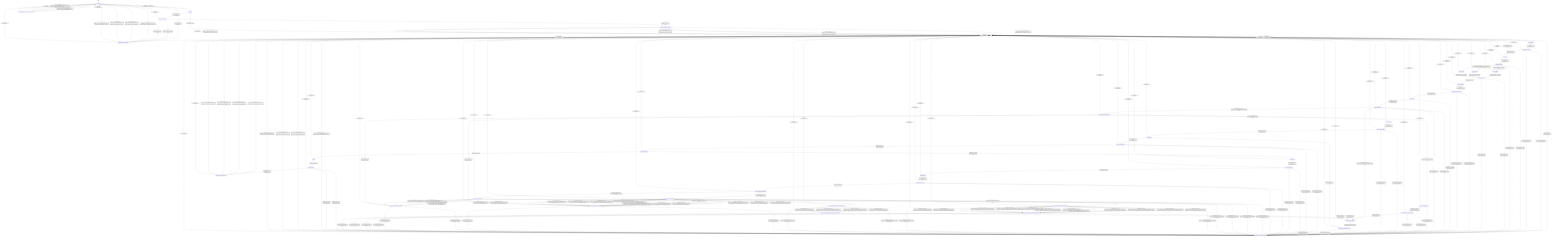
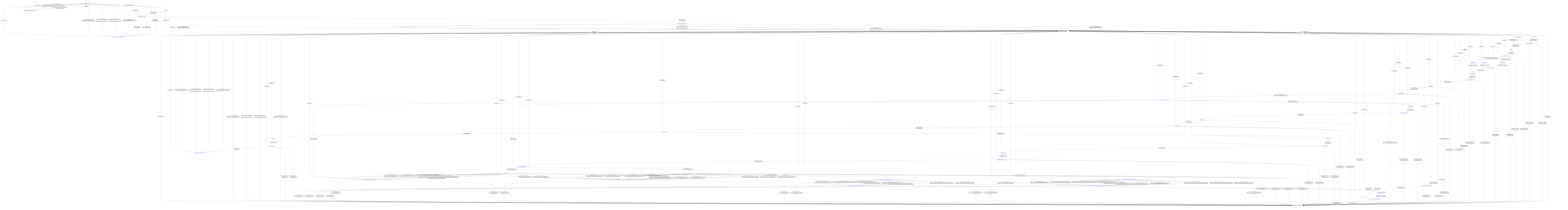
stateDiagram-v2
  direction TB
  [*] --> uninitialized
  uninitialized --> initializing : initialize_run [valid_initialize_] / none
  uninitialized --> initialize_error_channel_decision : initialize_run [invalid_initialize_] / reject_initialize_
  ready --> initializing : initialize_run [valid_initialize_] / none
  ready --> initialize_error_channel_decision : initialize_run [invalid_initialize_] / reject_initialize_
  initializing --> initializer_result_decision : completion_initialize_run_ [always] / request_initializer_
  initializer_result_decision --> initialize_done_channel_decision : completion_initialize_run_ [initialize_result_none_] / none
  initializer_result_decision --> initialize_error_channel_decision : completion_initialize_run_ [initialize_result_invalid_request_] / none
  initializer_result_decision --> initialize_error_channel_decision : completion_initialize_run_ [initialize_result_backend_] / none
  initialize_done_channel_decision --> ready : completion_initialize_run_ [initialize_done_callback_with_error_out_] / dispatch_initialize_done_with_callback_and_error_out_
  initialize_done_channel_decision --> ready : completion_initialize_run_ [initialize_done_callback_without_error_out_] / dispatch_initialize_done_with_callback_only_
  initialize_done_channel_decision --> ready : completion_initialize_run_ [initialize_no_done_callback_with_error_out_] / dispatch_initialize_done_with_error_out_only_
  initialize_done_channel_decision --> ready : completion_initialize_run_ [initialize_no_done_callback_without_error_out_] / dispatch_initialize_done_without_channels_
  initialize_error_channel_decision --> uninitialized : completion_initialize_run_ [initialize_error_callback_with_error_out_] / dispatch_initialize_error_with_callback_and_error_out_
  initialize_error_channel_decision --> uninitialized : completion_initialize_run_ [initialize_error_callback_without_error_out_] / dispatch_initialize_error_with_callback_only_
  initialize_error_channel_decision --> uninitialized : completion_initialize_run_ [initialize_no_error_callback_with_error_out_] / dispatch_initialize_error_with_error_out_only_
  initialize_error_channel_decision --> uninitialized : completion_initialize_run_ [initialize_no_error_callback_without_error_out_] / dispatch_initialize_error_without_channels_
  uninitialized --> generate_uninitialized_error_channel_decision : generate_run [always] / reject_uninitialized_generate_
  ready --> reset_sequence : generate_run [valid_generate_with_reset_] / begin_generate_
  ready --> conditioning : generate_run [valid_generate_without_reset_] / begin_generate_
  ready --> generate_ready_error_channel_decision : generate_run [invalid_generate_] / reject_invalid_generate_
  reset_sequence --> reset_sequence_decision : completion_generate_run_ [always] / request_reset_sequence_
  reset_sequence_decision --> conditioning : completion_generate_run_ [reset_sequence_ok_] / mark_sequence_clear_
  reset_sequence_decision --> generate_ready_error_channel_decision : completion_generate_run_ [reset_sequence_invalid_request_] / mark_invalid_request_
  reset_sequence_decision --> generate_ready_error_channel_decision : completion_generate_run_ [reset_sequence_backend_error_] / mark_backend_error_
  conditioning --> conditioning_decision : completion_generate_run_ [always] / request_conditioning_
  conditioning_decision --> planning_chunk8 : completion_generate_run_ [conditioning_ok_with_chunk8_prefill_] / none
  conditioning_decision --> planning_chunk4 : completion_generate_run_ [conditioning_ok_with_chunk4_prefill_] / none
  conditioning_decision --> planning_scalar : completion_generate_run_ [conditioning_ok_with_scalar_prefill_] / none
  conditioning_decision --> generate_ready_error_channel_decision : completion_generate_run_ [conditioning_invalid_request_] / mark_invalid_request_
  conditioning_decision --> generate_ready_error_channel_decision : completion_generate_run_ [conditioning_backend_error_] / mark_backend_error_
  planning_chunk8 --> planning_decision : completion_generate_run_ [always] / request_planning_with_step_size_8__
  planning_chunk4 --> planning_decision : completion_generate_run_ [always] / request_planning_with_step_size_4__
  planning_scalar --> planning_decision : completion_generate_run_ [always] / request_planning_with_step_size_1__
  planning_decision --> sequence_allocating : completion_generate_run_ [planning_ok_] / none
  planning_decision --> generate_ready_error_channel_decision : completion_generate_run_ [planning_invalid_request_] / mark_invalid_request_
  planning_decision --> generate_ready_error_channel_decision : completion_generate_run_ [planning_backend_error_] / mark_backend_error_
  sequence_allocating --> sequence_allocating_decision : completion_generate_run_ [always] / request_allocate_sequence_
  sequence_allocating_decision --> prefill_running : completion_generate_run_ [allocate_sequence_ok_] / mark_sequence_live_
  sequence_allocating_decision --> generate_ready_error_channel_decision : completion_generate_run_ [allocate_sequence_invalid_request_] / mark_invalid_request_
  sequence_allocating_decision --> generate_ready_error_channel_decision : completion_generate_run_ [allocate_sequence_backend_error_] / mark_backend_error_
  prefill_running --> prefill_result_decision : completion_generate_run_ [prefill_dispatch_available_] / request_prefill_
  prefill_running --> generate_ready_error_channel_decision : completion_generate_run_ [prefill_dispatch_unavailable_] / mark_backend_error_
  prefill_result_decision --> decode_selection_mode_decision : completion_generate_run_ [prefill_result_ok_with_materialized_logits_contract_] / none
  prefill_result_decision --> decode_sample_preselected : completion_generate_run_ [prefill_result_ok_with_preselected_argmax_contract_] / none
  prefill_result_decision --> generate_ready_error_channel_decision : completion_generate_run_ [prefill_result_invalid_request_] / none
  prefill_result_decision --> generate_ready_error_channel_decision : completion_generate_run_ [prefill_result_backend_error_] / none
  decode_selection_mode_decision --> decode_sample : completion_generate_run_ [decode_uses_materialized_logits_] / none
  decode_selection_mode_decision --> decode_preselected_argmax : completion_generate_run_ [decode_uses_preselected_argmax_] / none
  decode_sample --> decode_sample_decision : completion_generate_run_ [always] / request_decode_sample_
  decode_preselected_argmax --> decode_preselected_argmax_decision : completion_generate_run_ [decode_argmax_ready_] / request_decode_select_argmax_
  decode_preselected_argmax --> generate_ready_error_channel_decision : completion_generate_run_ [decode_argmax_invalid_request_] / mark_invalid_request_
  decode_preselected_argmax_decision --> decode_sample_preselected : completion_generate_run_ [decode_sample_ok_] / none
  decode_preselected_argmax_decision --> generate_ready_error_channel_decision : completion_generate_run_ [decode_sample_invalid_request_] / mark_invalid_request_
  decode_preselected_argmax_decision --> generate_ready_error_channel_decision : completion_generate_run_ [decode_sample_backend_error_] / mark_backend_error_
  decode_sample_preselected --> decode_sample_preselected_decision : completion_generate_run_ [always] / request_decode_sample_preselected_
  decode_sample_decision --> decode_render : completion_generate_run_ [decode_sample_ok_] / none
  decode_sample_preselected_decision --> decode_render : completion_generate_run_ [decode_sample_ok_] / none
  decode_sample_decision --> generate_ready_error_channel_decision : completion_generate_run_ [decode_sample_invalid_request_] / mark_invalid_request_
  decode_sample_decision --> generate_ready_error_channel_decision : completion_generate_run_ [decode_sample_backend_error_] / mark_backend_error_
  decode_sample_preselected_decision --> generate_ready_error_channel_decision : completion_generate_run_ [decode_sample_invalid_request_] / mark_invalid_request_
  decode_sample_preselected_decision --> generate_ready_error_channel_decision : completion_generate_run_ [decode_sample_backend_error_] / mark_backend_error_
  decode_render --> decode_render_decision : completion_generate_run_ [always] / request_decode_render_
  decode_render_decision --> decode_loop_decision : completion_generate_run_ [decode_render_ok_] / commit_render_output_
  decode_render_decision --> generate_ready_error_channel_decision : completion_generate_run_ [decode_render_invalid_request_] / mark_invalid_request_
  decode_render_decision --> generate_ready_error_channel_decision : completion_generate_run_ [decode_render_backend_error_] / mark_backend_error_
  decode_loop_decision --> decode_slots : completion_generate_run_ [decode_should_continue_] / none
  decode_loop_decision --> flushing : completion_generate_run_ [decode_complete_] / none
  decode_slots --> decode_slots_decision : completion_generate_run_ [always] / request_decode_slots_
  decode_slots_decision --> snapshot_decode : completion_generate_run_ [decode_slots_ok_] / none
  decode_slots_decision --> generate_ready_error_channel_decision : completion_generate_run_ [decode_slots_invalid_request_] / mark_invalid_request_
  decode_slots_decision --> generate_ready_error_channel_decision : completion_generate_run_ [decode_slots_backend_error_] / mark_backend_error_
  snapshot_decode --> snapshot_decode_decision : completion_generate_run_ [always] / request_memory_snapshot_
  snapshot_decode_decision --> decode_compute_runtime_decision : completion_generate_run_ [decode_snapshot_ok_] / none
  snapshot_decode_decision --> generate_ready_error_channel_decision : completion_generate_run_ [decode_snapshot_invalid_request_] / mark_invalid_request_
  snapshot_decode_decision --> generate_ready_error_channel_decision : completion_generate_run_ [decode_snapshot_backend_error_] / mark_backend_error_
  decode_compute_runtime_decision --> decode_compute_flash : completion_generate_run_ [decode_flash_runtime_supported_] / none
  decode_compute_runtime_decision --> decode_compute_nonflash : completion_generate_run_ [decode_nonflash_runtime_required_] / none
  decode_compute_flash --> generate_ready_error_channel_decision : completion_generate_run_ [guard_decode_compute_invalid_request_] / mark_invalid_request_
  decode_compute_flash --> generate_ready_error_channel_decision : completion_generate_run_ [guard_decode_compute_backend_unavailable_] / mark_backend_error_
  decode_compute_flash --> decode_compute_flash_preselected_argmax : completion_generate_run_ [guard_decode_preselected_direct_ready_] / none
  decode_compute_flash --> decode_compute_flash_decision : completion_generate_run_ [guard_decode_materialized_streamed_scalar_packed_q8_0_ready_] / request_decode_compute_flash_packed_q8_0_streamed_
  decode_compute_flash --> decode_compute_flash_decision : completion_generate_run_ [guard_decode_materialized_streamed_scalar_q8_k_ready_] / request_decode_compute_flash_q8_k_streamed_
  decode_compute_flash --> decode_compute_flash_decision : completion_generate_run_ [guard_decode_materialized_parallel_scalar_packed_q8_0_ready_] / request_decode_compute_flash_parallel_packed_q8_0_
  decode_compute_flash --> decode_compute_flash_decision : completion_generate_run_ [guard_decode_materialized_scalar_packed_q8_0_ready_] / request_decode_compute_flash_packed_q8_0_
  decode_compute_flash --> decode_compute_flash_decision : completion_generate_run_ [guard_decode_materialized_parallel_scalar_q8_k_ready_] / request_decode_compute_flash_parallel_q8_k_
  decode_compute_flash --> decode_compute_flash_decision : completion_generate_run_ [guard_decode_materialized_scalar_q8_k_ready_] / request_decode_compute_flash_q8_k_
  decode_compute_flash --> decode_compute_flash_decision : completion_generate_run_ [guard_decode_materialized_streamed_scalar_native_quantized_q8_k_ready_] / request_decode_compute_flash_native_quantized_q8_k_logits_streamed_
  decode_compute_flash --> decode_compute_flash_decision : completion_generate_run_ [guard_decode_materialized_parallel_scalar_native_quantized_q8_k_ready_] / request_decode_compute_flash_parallel_native_quantized_q8_k_logits_
  decode_compute_flash --> decode_compute_flash_decision : completion_generate_run_ [guard_decode_materialized_scalar_native_quantized_q8_k_ready_] / request_decode_compute_flash_native_quantized_q8_k_logits_
  decode_compute_flash --> decode_compute_flash_decision : completion_generate_run_ [guard_decode_materialized_streamed_scalar_native_quantized_ready_] / request_decode_compute_flash_native_quantized_streamed_
  decode_compute_flash --> decode_compute_flash_decision : completion_generate_run_ [guard_decode_materialized_parallel_scalar_native_quantized_kernel_ready_] / request_decode_compute_flash_parallel_native_quantized_
  decode_compute_flash --> decode_compute_flash_decision : completion_generate_run_ [guard_decode_materialized_scalar_native_quantized_kernel_ready_] / request_decode_compute_flash_native_quantized_
  decode_compute_flash --> decode_compute_flash_decision : completion_generate_run_ [guard_decode_materialized_streamed_scalar_kernel_ready_] / request_decode_compute_flash_kernel_streamed_
  decode_compute_flash --> decode_compute_flash_decision : completion_generate_run_ [guard_decode_materialized_parallel_scalar_kernel_ready_] / request_decode_compute_flash_parallel_kernel_
  decode_compute_flash --> decode_compute_flash_decision : completion_generate_run_ [guard_decode_materialized_scalar_kernel_ready_] / request_decode_compute_flash_kernel_
  decode_compute_nonflash --> generate_ready_error_channel_decision : completion_generate_run_ [guard_decode_compute_invalid_request_] / mark_invalid_request_
  decode_compute_nonflash --> generate_ready_error_channel_decision : completion_generate_run_ [guard_decode_compute_backend_unavailable_] / mark_backend_error_
  decode_compute_nonflash --> decode_compute_nonflash_preselected_argmax : completion_generate_run_ [guard_decode_preselected_direct_ready_] / none
+   decode_compute_nonflash --> decode_compute_nonflash_decision : completion_generate_run_ [guard_decode_materialized_streamed_scalar_packed_q8_0_ready_] / request_decode_compute_nonflash_packed_q8_0_streamed_
+   decode_compute_nonflash --> decode_compute_nonflash_decision : completion_generate_run_ [guard_decode_materialized_streamed_scalar_q8_k_ready_] / request_decode_compute_nonflash_q8_k_streamed_
+   decode_compute_nonflash --> decode_compute_nonflash_decision : completion_generate_run_ [guard_decode_materialized_streamed_scalar_native_quantized_q8_k_ready_] / request_decode_compute_nonflash_native_quantized_q8_k_logits_streamed_
+   decode_compute_nonflash --> decode_compute_nonflash_decision : completion_generate_run_ [guard_decode_materialized_streamed_scalar_native_quantized_ready_] / request_decode_compute_nonflash_native_quantized_streamed_
+   decode_compute_nonflash --> decode_compute_nonflash_decision : completion_generate_run_ [guard_decode_materialized_streamed_scalar_kernel_ready_] / request_decode_compute_nonflash_kernel_streamed_
  decode_compute_nonflash --> decode_compute_nonflash_decision : completion_generate_run_ [guard_decode_materialized_scalar_packed_q8_0_ready_] / request_decode_compute_nonflash_packed_q8_0_
  decode_compute_nonflash --> decode_compute_nonflash_decision : completion_generate_run_ [guard_decode_materialized_scalar_q8_k_ready_] / request_decode_compute_nonflash_q8_k_
  decode_compute_nonflash --> decode_compute_nonflash_decision : completion_generate_run_ [guard_decode_materialized_scalar_native_quantized_q8_k_ready_] / request_decode_compute_nonflash_native_quantized_q8_k_logits_
  decode_compute_nonflash --> decode_compute_nonflash_decision : completion_generate_run_ [guard_decode_materialized_scalar_native_quantized_kernel_ready_] / request_decode_compute_nonflash_native_quantized_
  decode_compute_nonflash --> decode_compute_nonflash_decision : completion_generate_run_ [guard_decode_materialized_scalar_kernel_ready_] / request_decode_compute_nonflash_kernel_
  decode_compute_flash_preselected_argmax --> generate_ready_error_channel_decision : completion_generate_run_ [guard_decode_preselected_compute_invalid_request_] / mark_invalid_request_
  decode_compute_flash_preselected_argmax --> generate_ready_error_channel_decision : completion_generate_run_ [guard_decode_compute_backend_unavailable_] / mark_backend_error_
  decode_compute_flash_preselected_argmax --> decode_compute_flash_preselected_argmax_decision : completion_generate_run_ [guard_decode_preselected_argmax_q8_k_streamed_ready_] / request_decode_compute_flash_preselected_argmax_q8_k_streamed_
  decode_compute_flash_preselected_argmax --> decode_compute_flash_preselected_argmax_decision : completion_generate_run_ [guard_decode_preselected_argmax_native_quantized_q8_k_streamed_ready_] / request_decode_compute_flash_preselected_argmax_native_quantized_q8_k_streamed_
  decode_compute_flash_preselected_argmax --> decode_compute_flash_preselected_argmax_decision : completion_generate_run_ [guard_decode_preselected_argmax_native_quantized_kernel_streamed_ready_] / request_decode_compute_flash_preselected_argmax_native_quantized_kernel_streamed_
  decode_compute_flash_preselected_argmax --> decode_compute_flash_preselected_argmax_decision : completion_generate_run_ [guard_decode_preselected_argmax_kernel_streamed_ready_] / request_decode_compute_flash_preselected_argmax_kernel_streamed_
  decode_compute_flash_preselected_argmax --> decode_compute_flash_preselected_argmax_decision : completion_generate_run_ [guard_decode_preselected_parallel_argmax_q8_k_ready_] / request_decode_compute_flash_parallel_preselected_argmax_q8_k_
  decode_compute_flash_preselected_argmax --> decode_compute_flash_preselected_argmax_decision : completion_generate_run_ [guard_decode_preselected_argmax_q8_k_ready_] / request_decode_compute_flash_preselected_argmax_q8_k_
  decode_compute_flash_preselected_argmax --> decode_compute_flash_preselected_argmax_decision : completion_generate_run_ [guard_decode_preselected_parallel_argmax_native_quantized_q8_k_ready_] / request_decode_compute_flash_parallel_preselected_argmax_native_quantized_q8_k_
  decode_compute_flash_preselected_argmax --> decode_compute_flash_preselected_argmax_decision : completion_generate_run_ [guard_decode_preselected_argmax_native_quantized_q8_k_ready_] / request_decode_compute_flash_preselected_argmax_native_quantized_q8_k_
  decode_compute_flash_preselected_argmax --> decode_compute_flash_preselected_argmax_decision : completion_generate_run_ [guard_decode_preselected_parallel_argmax_native_quantized_kernel_ready_] / request_decode_compute_flash_parallel_preselected_argmax_native_quantized_kernel_
  decode_compute_flash_preselected_argmax --> decode_compute_flash_preselected_argmax_decision : completion_generate_run_ [guard_decode_preselected_argmax_native_quantized_kernel_ready_] / request_decode_compute_flash_preselected_argmax_native_quantized_kernel_
  decode_compute_flash_preselected_argmax --> decode_compute_flash_preselected_argmax_decision : completion_generate_run_ [guard_decode_preselected_parallel_argmax_kernel_ready_] / request_decode_compute_flash_parallel_preselected_argmax_kernel_
  decode_compute_flash_preselected_argmax --> decode_compute_flash_preselected_argmax_decision : completion_generate_run_ [guard_decode_preselected_argmax_kernel_ready_] / request_decode_compute_flash_preselected_argmax_kernel_
  decode_compute_nonflash_preselected_argmax --> generate_ready_error_channel_decision : completion_generate_run_ [guard_decode_preselected_compute_invalid_request_] / mark_invalid_request_
  decode_compute_nonflash_preselected_argmax --> generate_ready_error_channel_decision : completion_generate_run_ [guard_decode_compute_backend_unavailable_] / mark_backend_error_
+   decode_compute_nonflash_preselected_argmax --> decode_compute_nonflash_preselected_argmax_decision : completion_generate_run_ [guard_decode_preselected_argmax_q8_k_streamed_ready_] / request_decode_compute_nonflash_preselected_argmax_q8_k_streamed_
+   decode_compute_nonflash_preselected_argmax --> decode_compute_nonflash_preselected_argmax_decision : completion_generate_run_ [guard_decode_preselected_argmax_native_quantized_q8_k_streamed_ready_] / request_decode_compute_nonflash_preselected_argmax_native_quantized_q8_k_streamed_
+   decode_compute_nonflash_preselected_argmax --> decode_compute_nonflash_preselected_argmax_decision : completion_generate_run_ [guard_decode_preselected_argmax_native_quantized_kernel_streamed_ready_] / request_decode_compute_nonflash_preselected_argmax_native_quantized_kernel_streamed_
+   decode_compute_nonflash_preselected_argmax --> decode_compute_nonflash_preselected_argmax_decision : completion_generate_run_ [guard_decode_preselected_argmax_kernel_streamed_ready_] / request_decode_compute_nonflash_preselected_argmax_kernel_streamed_
  decode_compute_nonflash_preselected_argmax --> decode_compute_nonflash_preselected_argmax_decision : completion_generate_run_ [guard_decode_preselected_argmax_q8_k_ready_] / request_decode_compute_nonflash_preselected_argmax_q8_k_
  decode_compute_nonflash_preselected_argmax --> decode_compute_nonflash_preselected_argmax_decision : completion_generate_run_ [guard_decode_preselected_argmax_native_quantized_q8_k_ready_] / request_decode_compute_nonflash_preselected_argmax_native_quantized_q8_k_
  decode_compute_nonflash_preselected_argmax --> decode_compute_nonflash_preselected_argmax_decision : completion_generate_run_ [guard_decode_preselected_argmax_native_quantized_kernel_ready_] / request_decode_compute_nonflash_preselected_argmax_native_quantized_kernel_
  decode_compute_nonflash_preselected_argmax --> decode_compute_nonflash_preselected_argmax_decision : completion_generate_run_ [guard_decode_preselected_argmax_kernel_ready_] / request_decode_compute_nonflash_preselected_argmax_kernel_
  decode_compute_flash_decision --> decode_selection_mode_decision : completion_generate_run_ [decode_compute_ok_] / advance_kv_cache_
  decode_compute_nonflash_decision --> decode_selection_mode_decision : completion_generate_run_ [decode_compute_ok_] / advance_kv_cache_
  decode_compute_flash_preselected_argmax_decision --> decode_sample_preselected : completion_generate_run_ [decode_compute_ok_] / advance_kv_cache_
  decode_compute_nonflash_preselected_argmax_decision --> decode_sample_preselected : completion_generate_run_ [decode_compute_ok_] / advance_kv_cache_
  decode_compute_flash_decision --> generate_ready_error_channel_decision : completion_generate_run_ [decode_compute_invalid_request_] / mark_invalid_request_
  decode_compute_flash_decision --> generate_ready_error_channel_decision : completion_generate_run_ [decode_compute_backend_error_] / mark_backend_error_
  decode_compute_nonflash_decision --> generate_ready_error_channel_decision : completion_generate_run_ [decode_compute_invalid_request_] / mark_invalid_request_
  decode_compute_nonflash_decision --> generate_ready_error_channel_decision : completion_generate_run_ [decode_compute_backend_error_] / mark_backend_error_
  decode_compute_flash_preselected_argmax_decision --> generate_ready_error_channel_decision : completion_generate_run_ [decode_compute_invalid_request_] / mark_invalid_request_
  decode_compute_flash_preselected_argmax_decision --> generate_ready_error_channel_decision : completion_generate_run_ [decode_compute_backend_error_] / mark_backend_error_
  decode_compute_nonflash_preselected_argmax_decision --> generate_ready_error_channel_decision : completion_generate_run_ [decode_compute_invalid_request_] / mark_invalid_request_
  decode_compute_nonflash_preselected_argmax_decision --> generate_ready_error_channel_decision : completion_generate_run_ [decode_compute_backend_error_] / mark_backend_error_
  flushing --> flushing_decision : completion_generate_run_ [always] / request_flush_
  flushing_decision --> generate_done_channel_decision : completion_generate_run_ [flush_ok_] / commit_flush_output_
  flushing_decision --> generate_ready_error_channel_decision : completion_generate_run_ [flush_invalid_request_] / mark_invalid_request_
  flushing_decision --> generate_ready_error_channel_decision : completion_generate_run_ [flush_backend_error_] / mark_backend_error_
  generate_done_channel_decision --> ready : completion_generate_run_ [generate_done_callback_with_error_out_] / dispatch_generate_done_with_callback_and_error_out_
  generate_done_channel_decision --> ready : completion_generate_run_ [generate_done_callback_without_error_out_] / dispatch_generate_done_with_callback_only_
  generate_done_channel_decision --> ready : completion_generate_run_ [generate_no_done_callback_with_error_out_] / dispatch_generate_done_with_error_out_only_
  generate_done_channel_decision --> ready : completion_generate_run_ [generate_no_done_callback_without_error_out_] / dispatch_generate_done_without_channels_
  generate_ready_error_channel_decision --> ready : completion_generate_run_ [generate_error_callback_with_error_out_] / dispatch_generate_error_with_callback_and_error_out_
  generate_ready_error_channel_decision --> ready : completion_generate_run_ [generate_error_callback_without_error_out_] / dispatch_generate_error_with_callback_only_
  generate_ready_error_channel_decision --> ready : completion_generate_run_ [generate_no_error_callback_with_error_out_] / dispatch_generate_error_with_error_out_only_
  generate_ready_error_channel_decision --> ready : completion_generate_run_ [generate_no_error_callback_without_error_out_] / dispatch_generate_error_without_channels_
  generate_uninitialized_error_channel_decision --> uninitialized : completion_generate_run_ [generate_error_callback_with_error_out_] / dispatch_generate_error_with_callback_and_error_out_
  generate_uninitialized_error_channel_decision --> uninitialized : completion_generate_run_ [generate_error_callback_without_error_out_] / dispatch_generate_error_with_callback_only_
  generate_uninitialized_error_channel_decision --> uninitialized : completion_generate_run_ [generate_no_error_callback_with_error_out_] / dispatch_generate_error_with_error_out_only_
  generate_uninitialized_error_channel_decision --> uninitialized : completion_generate_run_ [generate_no_error_callback_without_error_out_] / dispatch_generate_error_without_channels_
  uninitialized --> uninitialized : capture_diagnostics [always] / capture_diagnostics_
  ready --> ready : capture_diagnostics [always] / capture_diagnostics_
  uninitialized --> uninitialized : capture_graph_lifecycle [graph_lifecycle_runtime_tensor_unavailable_] / capture_graph_lifecycle_without_runtime_tensor_
  uninitialized --> uninitialized : capture_graph_lifecycle [graph_lifecycle_runtime_tensor_available_] / capture_graph_lifecycle_with_runtime_tensor_
  ready --> ready : capture_graph_lifecycle [graph_lifecycle_runtime_tensor_unavailable_] / capture_graph_lifecycle_without_runtime_tensor_
  ready --> ready : capture_graph_lifecycle [graph_lifecycle_runtime_tensor_available_] / capture_graph_lifecycle_with_runtime_tensor_
  uninitialized --> uninitialized : _ [always] / on_unexpected_
  ready --> ready : _ [always] / on_unexpected_
  initializing --> uninitialized : _ [always] / on_unexpected_
  initializer_result_decision --> uninitialized : _ [always] / on_unexpected_
  initialize_done_channel_decision --> ready : _ [always] / on_unexpected_
  initialize_error_channel_decision --> uninitialized : _ [always] / on_unexpected_
  reset_sequence --> ready : _ [always] / on_unexpected_
  reset_sequence_decision --> ready : _ [always] / on_unexpected_
  conditioning --> ready : _ [always] / on_unexpected_
  conditioning_decision --> ready : _ [always] / on_unexpected_
  planning_chunk8 --> ready : _ [always] / on_unexpected_
  planning_chunk4 --> ready : _ [always] / on_unexpected_
  planning_scalar --> ready : _ [always] / on_unexpected_
  planning_decision --> ready : _ [always] / on_unexpected_
  sequence_allocating --> ready : _ [always] / on_unexpected_
  sequence_allocating_decision --> ready : _ [always] / on_unexpected_
  prefill_running --> ready : _ [always] / on_unexpected_
  prefill_result_decision --> ready : _ [always] / on_unexpected_
  decode_selection_mode_decision --> ready : _ [always] / on_unexpected_
  decode_slots --> ready : _ [always] / on_unexpected_
  decode_slots_decision --> ready : _ [always] / on_unexpected_
  snapshot_decode --> ready : _ [always] / on_unexpected_
  snapshot_decode_decision --> ready : _ [always] / on_unexpected_
  decode_compute_runtime_decision --> ready : _ [always] / on_unexpected_
  decode_compute_flash --> ready : _ [always] / on_unexpected_
  decode_compute_flash_preselected_argmax --> ready : _ [always] / on_unexpected_
  decode_compute_flash_preselected_argmax_decision --> ready : _ [always] / on_unexpected_
  decode_compute_flash_decision --> ready : _ [always] / on_unexpected_
  decode_compute_nonflash --> ready : _ [always] / on_unexpected_
  decode_compute_nonflash_preselected_argmax --> ready : _ [always] / on_unexpected_
  decode_compute_nonflash_preselected_argmax_decision --> ready : _ [always] / on_unexpected_
  decode_compute_nonflash_decision --> ready : _ [always] / on_unexpected_
  decode_sample --> ready : _ [always] / on_unexpected_
  decode_sample_decision --> ready : _ [always] / on_unexpected_
  decode_preselected_argmax --> ready : _ [always] / on_unexpected_
  decode_preselected_argmax_decision --> ready : _ [always] / on_unexpected_
  decode_sample_preselected --> ready : _ [always] / on_unexpected_
  decode_sample_preselected_decision --> ready : _ [always] / on_unexpected_
  decode_render --> ready : _ [always] / on_unexpected_
  decode_render_decision --> ready : _ [always] / on_unexpected_
  decode_loop_decision --> ready : _ [always] / on_unexpected_
  flushing --> ready : _ [always] / on_unexpected_
  flushing_decision --> ready : _ [always] / on_unexpected_
  generate_done_channel_decision --> ready : _ [always] / on_unexpected_
  generate_ready_error_channel_decision --> ready : _ [always] / on_unexpected_
  generate_uninitialized_error_channel_decision --> uninitialized : _ [always] / on_unexpected_
